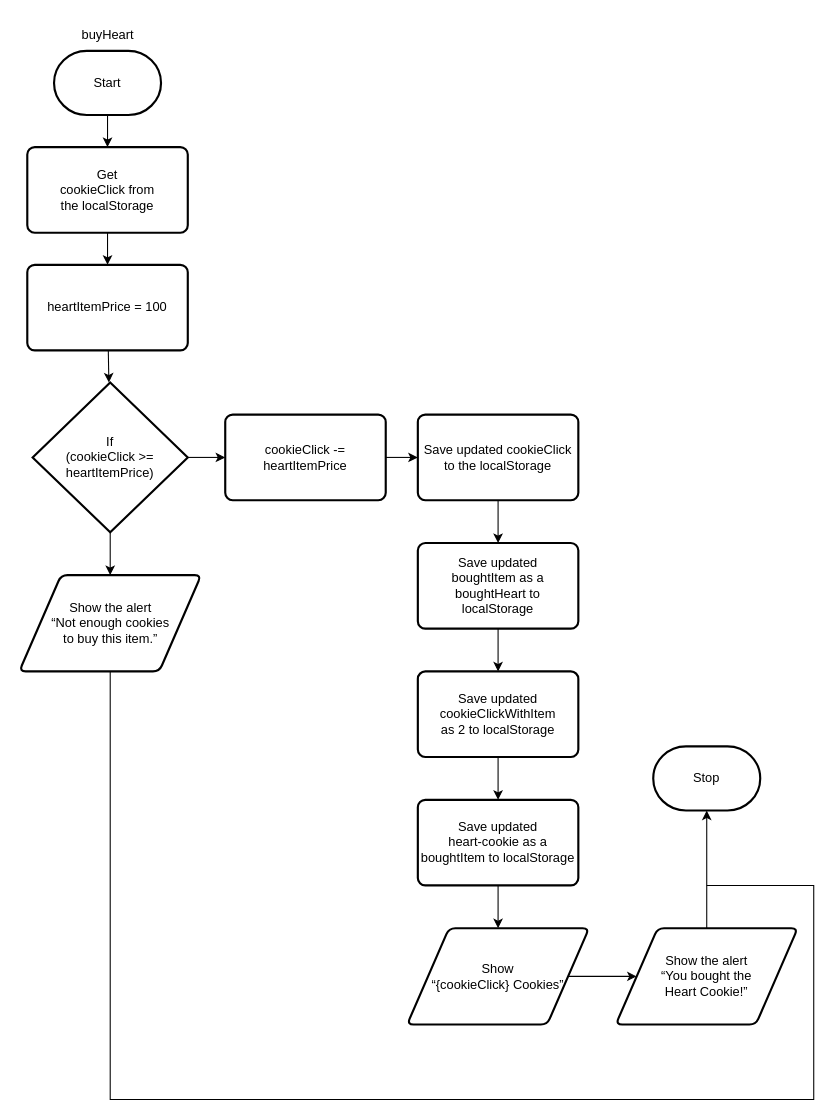
This is design/flowchart-buyHeart.drawio from MTHS-ICD2O-1-2024/ICD2O-Final-Project-ain.jeong, a draw.io file, before an edit. Source tidied: cells renumbered, new cells numbered last; positions are measured from the earlier drawing's top-left corner, leaving out a move shared by most shapes. Both pictures are drawn from the tidied source at 107%, with x=0, y=0 at pixel (19, 18).
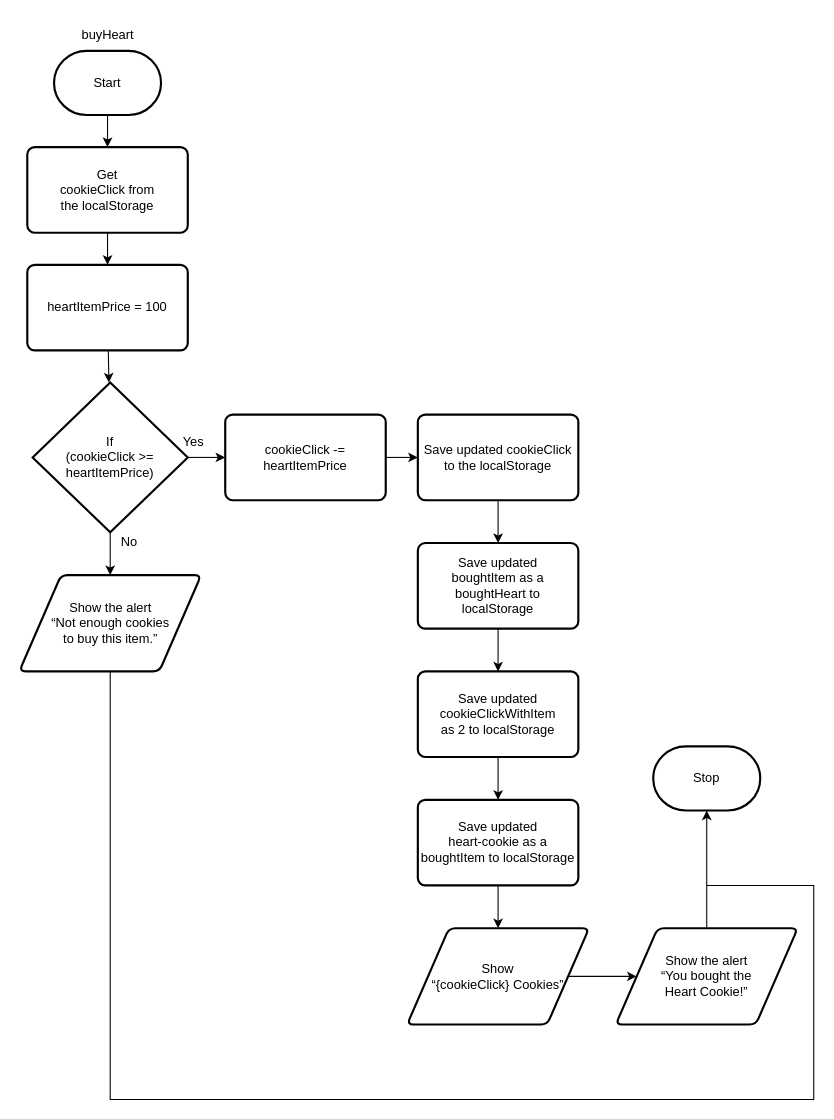
The same page after the edit.

What changed in the source:
```diff
@@
+    <mxCell id="29" value="Yes" style="text;html=1;align=center;verticalAlign=middle;strokeColor=none;fillColor=none;" parent="1" vertex="1">
+      <mxGeometry x="142" y="381" width="40" height="30" as="geometry" />
+    </mxCell>
+    <mxCell id="30" value="No" style="text;html=1;align=center;verticalAlign=middle;strokeColor=none;fillColor=none;" parent="1" vertex="1">
+      <mxGeometry x="82" y="474" width="40" height="30" as="geometry" />
+    </mxCell>
```
